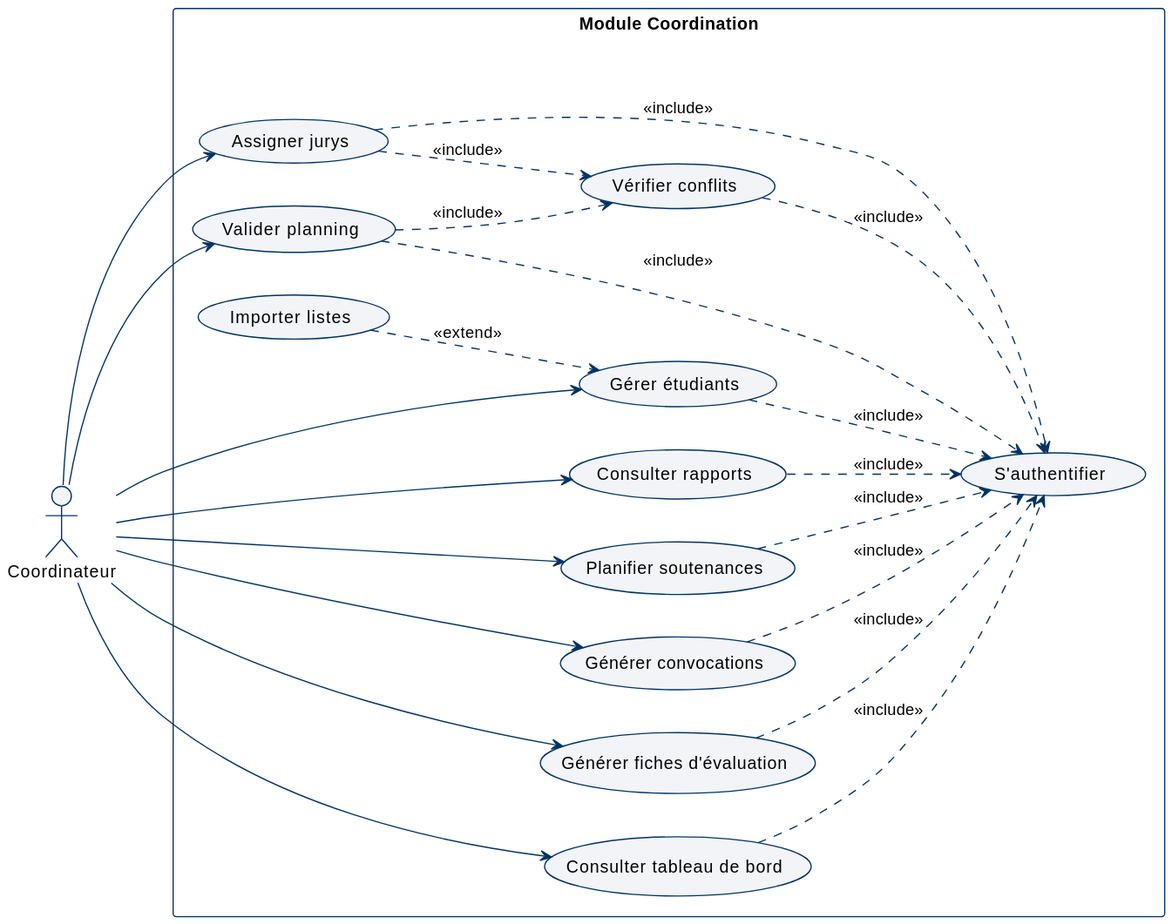
Above: docs/diagrams/svg/uc_coordination.svg in abdelaziz-ebourki/system-gestion-soutenance (PlantUML), before the change. The source it was exported from:
```plantuml
@startuml
<style>
  root {
    FontColor #000000
    LineColor #003366
    LineThickness 1
  }
  actor {
    BackgroundColor #F2F4F7
  }
  usecase {
    BackgroundColor #F2F4F7
  }
  arrow {
    LineColor #003366
  }
</style>
skinparam shadowing false
left to right direction
actor "Coordinateur" as Coord

rectangle "Module Coordination" {
    usecase "Assigner jurys" as UC1
    usecase "Consulter rapports" as UC2
    usecase "Valider planning" as UC3
    usecase "Planifier soutenances" as UC4
    usecase "Générer convocations" as UC5
    usecase "Générer fiches d'évaluation" as UC6
    usecase "Gérer étudiants" as UC7
    usecase "Importer listes" as UC8
    usecase "Consulter tableau de bord" as Dashboard
    usecase "Vérifier conflits" as Check
    usecase "S'authentifier" as Auth
}

Coord --> UC1
Coord --> UC2
Coord --> UC3
Coord --> UC4
Coord --> UC5
Coord --> UC6
Coord --> UC7
Coord --> Dashboard

UC8 ..> UC7 : <<extend>>

UC1 ..> Check : <<include>>
UC3 ..> Check : <<include>>
Check ..> Auth : <<include>>

UC1 ..> Auth : <<include>>
UC2 ..> Auth : <<include>>
UC3 ..> Auth : <<include>>
UC4 ..> Auth : <<include>>
UC5 ..> Auth : <<include>>
UC6 ..> Auth : <<include>>
UC7 ..> Auth : <<include>>
Dashboard ..> Auth : <<include>>
@enduml
```
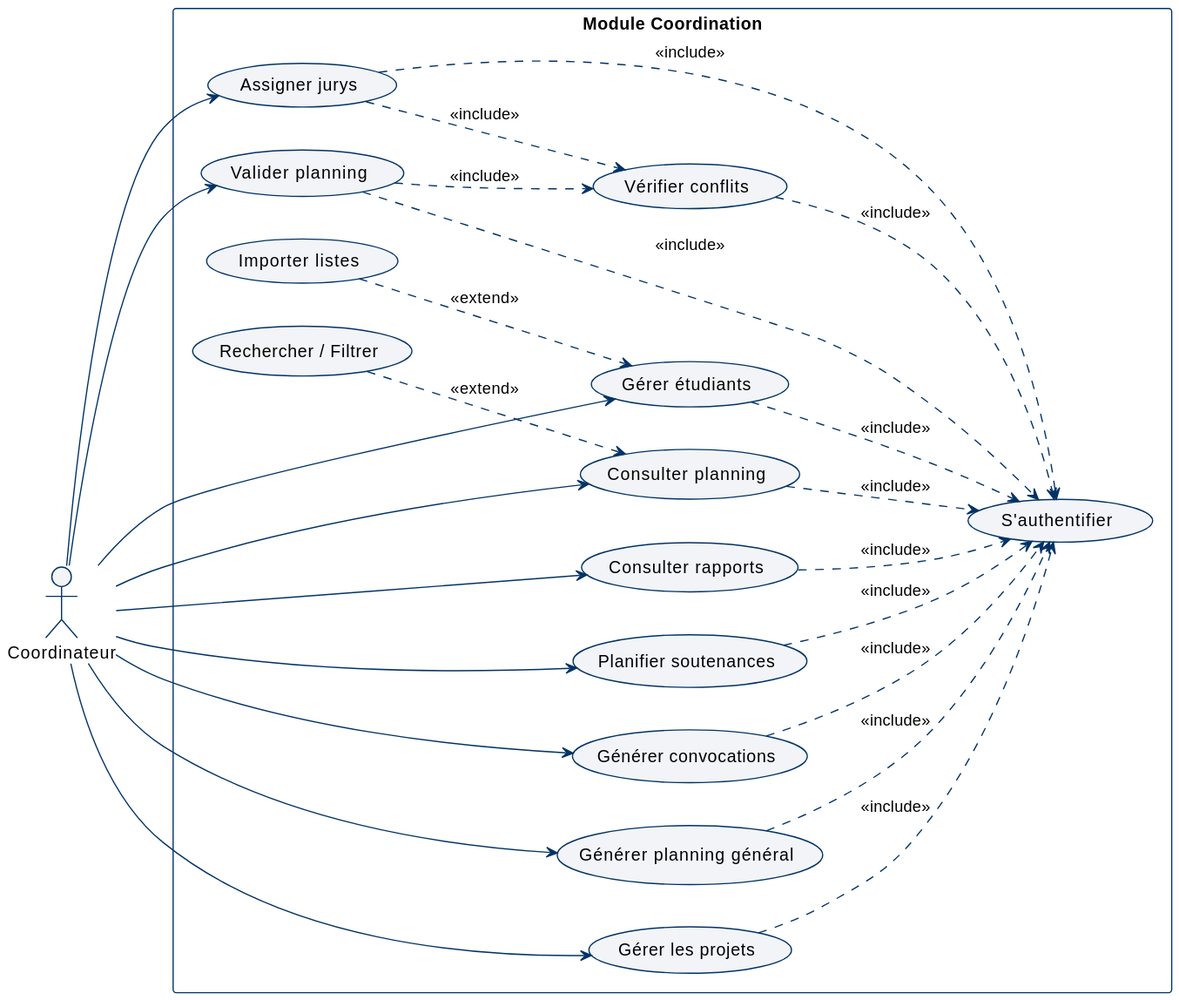
After the commit.

What changed in the source:
```diff
@@ -25,10 +25,12 @@
     usecase "Valider planning" as UC3
     usecase "Planifier soutenances" as UC4
     usecase "Générer convocations" as UC5
-    usecase "Générer fiches d'évaluation" as UC6
+    usecase "Générer planning général" as UC6
     usecase "Gérer étudiants" as UC7
     usecase "Importer listes" as UC8
-    usecase "Consulter tableau de bord" as Dashboard
+    usecase "Consulter planning" as UC9
+    usecase "Rechercher / Filtrer" as UC10
+    usecase "Gérer les projets" as UC11
     usecase "Vérifier conflits" as Check
     usecase "S'authentifier" as Auth
 }
@@ -40,9 +42,11 @@
 Coord --> UC5
 Coord --> UC6
 Coord --> UC7
-Coord --> Dashboard
+Coord --> UC9
+Coord --> UC11
 
 UC8 ..> UC7 : <<extend>>
+UC10 ..> UC9 : <<extend>>
 
 UC1 ..> Check : <<include>>
 UC3 ..> Check : <<include>>
@@ -55,5 +59,6 @@
 UC5 ..> Auth : <<include>>
 UC6 ..> Auth : <<include>>
 UC7 ..> Auth : <<include>>
-Dashboard ..> Auth : <<include>>
+UC9 ..> Auth : <<include>>
+UC11 ..> Auth : <<include>>
 @enduml
```
